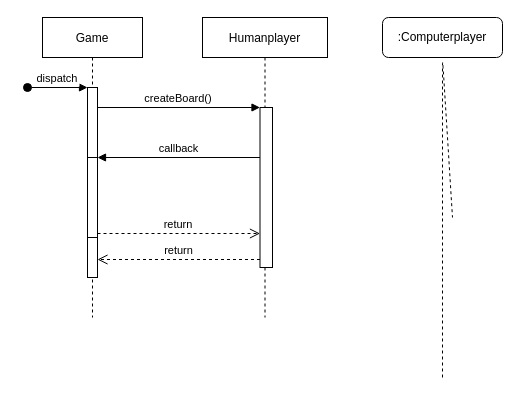
Earlier version of the draw.io diagram Untitled Diagram.drawio (amaka1x/Xender-Battleship-Game-Project). Source tidied: cells renumbered, new cells numbered last; positions are measured from the earlier drawing's top-left corner, leaving out a move shared by most shapes. Both pictures are drawn from the tidied source at 100%, with x=0, y=0 at pixel (27, 17).
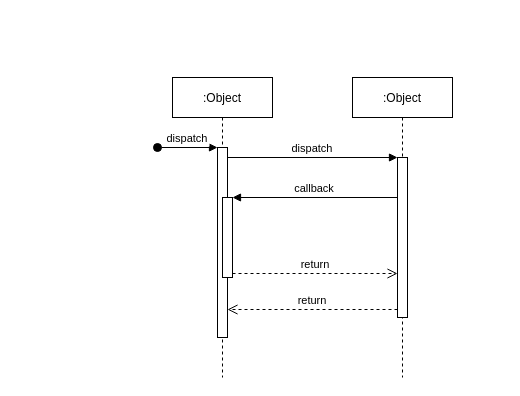
The same diagram, later.

What changed in the source:
```diff
@@
 <mxGraphModel>
   <root>
     <mxCell id="0" />
     <mxCell id="1" parent="0" />
-    <mxCell id="2" value="Game" style="shape=umlLifeline;perimeter=lifelinePerimeter;rounded=0;shadow=0;strokeWidth=1;" parent="1" vertex="1">
-      <mxGeometry x="15" width="100" height="300" as="geometry" />
+    <mxCell id="2" value=":Object" style="shape=umlLifeline;perimeter=lifelinePerimeter;rounded=0;shadow=0;strokeWidth=1;" parent="1" vertex="1">
+      <mxGeometry x="145" y="60" width="100" height="300" as="geometry" />
     </mxCell>
     <mxCell id="3" style="points=[];perimeter=orthogonalPerimeter;rounded=0;shadow=0;strokeWidth=1;" parent="2" vertex="1">
       <mxGeometry x="45" y="70" width="10" height="190" as="geometry" />
     </mxCell>
     <mxCell id="4" value="dispatch" style="verticalAlign=bottom;startArrow=oval;endArrow=block;startSize=8;shadow=0;strokeWidth=1;" parent="2" edge="1" target="3">
       <mxGeometry relative="1" as="geometry">
         <mxPoint x="-15" y="70" as="sourcePoint" />
       </mxGeometry>
     </mxCell>
     <mxCell id="5" style="points=[];perimeter=orthogonalPerimeter;rounded=0;shadow=0;strokeWidth=1;" parent="2" vertex="1">
-      <mxGeometry x="45" y="140" width="10" height="80" as="geometry" />
+      <mxGeometry x="50" y="120" width="10" height="80" as="geometry" />
     </mxCell>
-    <mxCell id="6" value="Humanplayer" style="shape=umlLifeline;perimeter=lifelinePerimeter;rounded=0;shadow=0;strokeWidth=1;" parent="1" vertex="1">
-      <mxGeometry x="175" width="125" height="300" as="geometry" />
+    <mxCell id="6" value=":Object" style="shape=umlLifeline;perimeter=lifelinePerimeter;rounded=0;shadow=0;strokeWidth=1;" parent="1" vertex="1">
+      <mxGeometry x="325" y="60" width="100" height="300" as="geometry" />
     </mxCell>
     <mxCell id="7" style="points=[];perimeter=orthogonalPerimeter;rounded=0;shadow=0;strokeWidth=1;" parent="6" vertex="1">
-      <mxGeometry x="57.5" y="90" width="12.5" height="160" as="geometry" />
+      <mxGeometry x="45" y="80" width="10" height="160" as="geometry" />
     </mxCell>
     <mxCell id="8" value="return" style="verticalAlign=bottom;endArrow=open;dashed=1;endSize=8;exitX=0;exitY=0.95;shadow=0;strokeWidth=1;" parent="1" edge="1" source="7" target="3">
       <mxGeometry relative="1" as="geometry" />
     </mxCell>
-    <mxCell id="9" value="createBoard()" style="verticalAlign=bottom;endArrow=block;entryX=0;entryY=0;shadow=0;strokeWidth=1;" parent="1" edge="1" source="3" target="7">
+    <mxCell id="9" value="dispatch" style="verticalAlign=bottom;endArrow=block;entryX=0;entryY=0;shadow=0;strokeWidth=1;" parent="1" edge="1" source="3" target="7">
       <mxGeometry relative="1" as="geometry" />
     </mxCell>
     <mxCell id="10" value="callback" style="verticalAlign=bottom;endArrow=block;entryX=1;entryY=0;shadow=0;strokeWidth=1;" parent="1" edge="1" source="7" target="5">
       <mxGeometry relative="1" as="geometry" />
     </mxCell>
     <mxCell id="11" value="return" style="verticalAlign=bottom;endArrow=open;dashed=1;endSize=8;exitX=1;exitY=0.95;shadow=0;strokeWidth=1;" parent="1" edge="1" source="5" target="7">
       <mxGeometry relative="1" as="geometry" />
     </mxCell>
-    <mxCell id="12" value=":Computerplayer" style="rounded=1;whiteSpace=wrap;html=1;" parent="1" vertex="1">
-      <mxGeometry x="355" width="120" height="40" as="geometry" />
-    </mxCell>
-    <mxCell id="13" style="endArrow=none;dashed=1;html=1;" parent="1" edge="1">
-      <mxGeometry relative="1" as="geometry">
-        <mxPoint x="415" y="360" as="sourcePoint" />
-        <mxPoint x="425" y="200" as="targetPoint" />
-        <Array as="points">
-          <mxPoint x="415" y="40" />
-        </Array>
-      </mxGeometry>
-    </mxCell>
   </root>
 </mxGraphModel>
```
